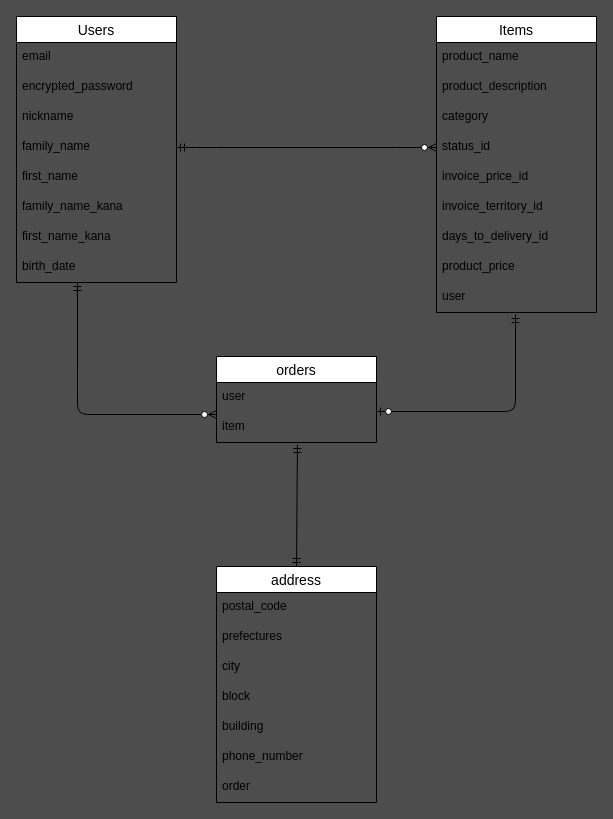
The draw.io diagram furima.dio in fuji114/furima-36415, before the edit. Source tidied: cells renumbered, new cells numbered last; positions are measured from the earlier drawing's top-left corner, leaving out a move shared by most shapes. Both pictures are drawn from the tidied source at 100%, with x=0, y=0 at pixel (16, 16).
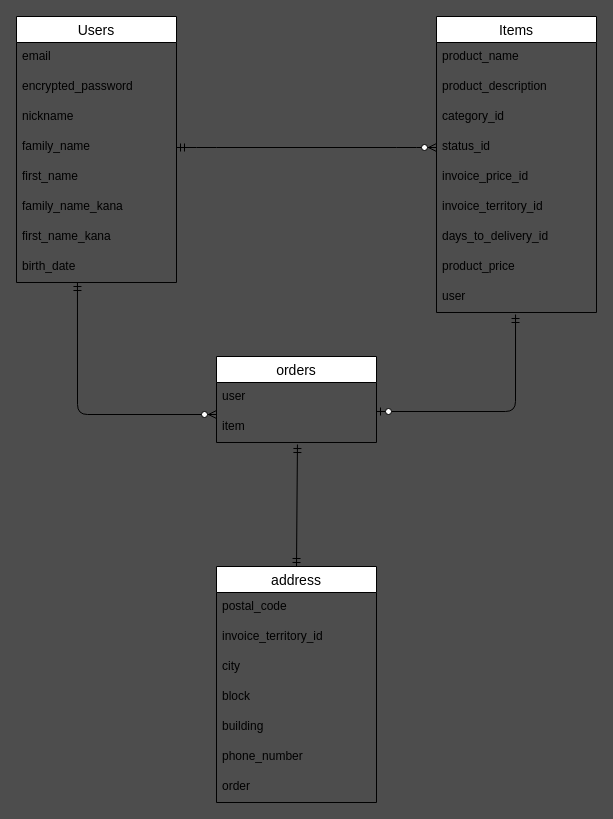
The same diagram, later.

Commit message (it also covers changes not shown here):
修正依頼の解消２

Unchanged cells that the change refers to:
```xml
<mxCell id="11" value="Items" style="swimlane;fontStyle=0;horizontal=1;startSize=26;align=center;fontSize=14;" parent="1" vertex="1">
  <mxGeometry x="420" width="160" height="296" as="geometry" />
</mxCell>
<mxCell id="27" value="address" style="swimlane;fontStyle=0;horizontal=1;startSize=26;align=center;fontSize=14;" parent="1" vertex="1">
  <mxGeometry x="200" y="550" width="160" height="236" as="geometry" />
</mxCell>
```

Change to the diagram source:
```diff
@@
-    <mxCell id="14" value="category" style="text;strokeColor=none;fillColor=none;spacingLeft=4;spacingRight=4;overflow=hidden;fontSize=12;" parent="11" vertex="1">
+    <mxCell id="14" value="category_id" style="text;strokeColor=none;fillColor=none;spacingLeft=4;spacingRight=4;overflow=hidden;fontSize=12;" parent="11" vertex="1">
       <mxGeometry y="86" width="160" height="30" as="geometry" />
     </mxCell>
@@
-    <mxCell id="29" value="prefectures" style="text;strokeColor=none;fillColor=none;spacingLeft=4;spacingRight=4;overflow=hidden;fontSize=12;" parent="27" vertex="1">
+    <mxCell id="29" value="invoice_territory_id" style="text;strokeColor=none;fillColor=none;spacingLeft=4;spacingRight=4;overflow=hidden;fontSize=12;" parent="27" vertex="1">
       <mxGeometry y="56" width="160" height="30" as="geometry" />
     </mxCell>
```
